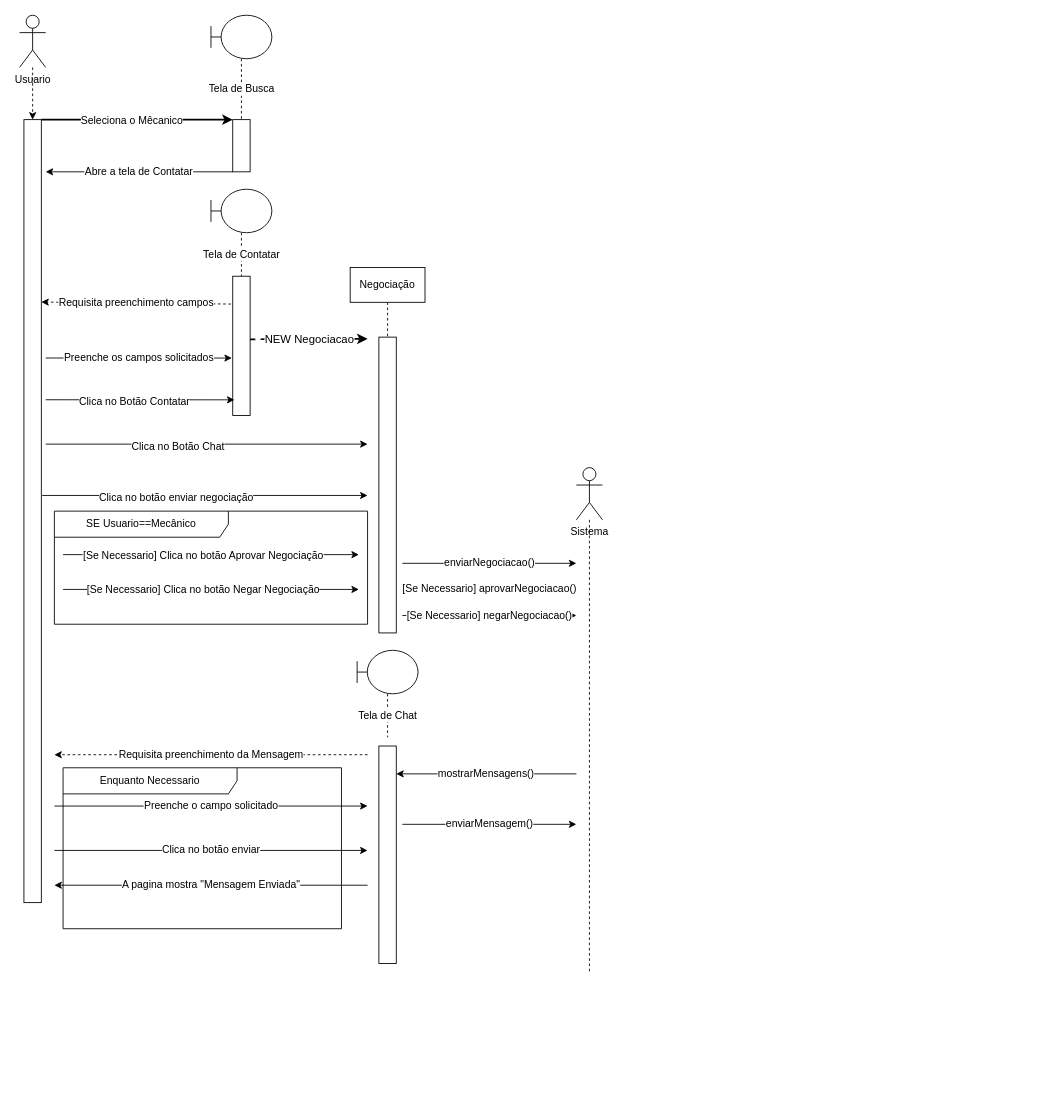
unifgabsantos/Mecanico keeps this draw.io diagram as Sequencia/Draw/Contatar.drawio. Above is the earlier version. Source tidied: cells renumbered, new cells numbered last; positions are measured from the earlier drawing's top-left corner, leaving out a move shared by most shapes. Both pictures are drawn from the tidied source at 87%, with x=0, y=0 at pixel (19, 15).
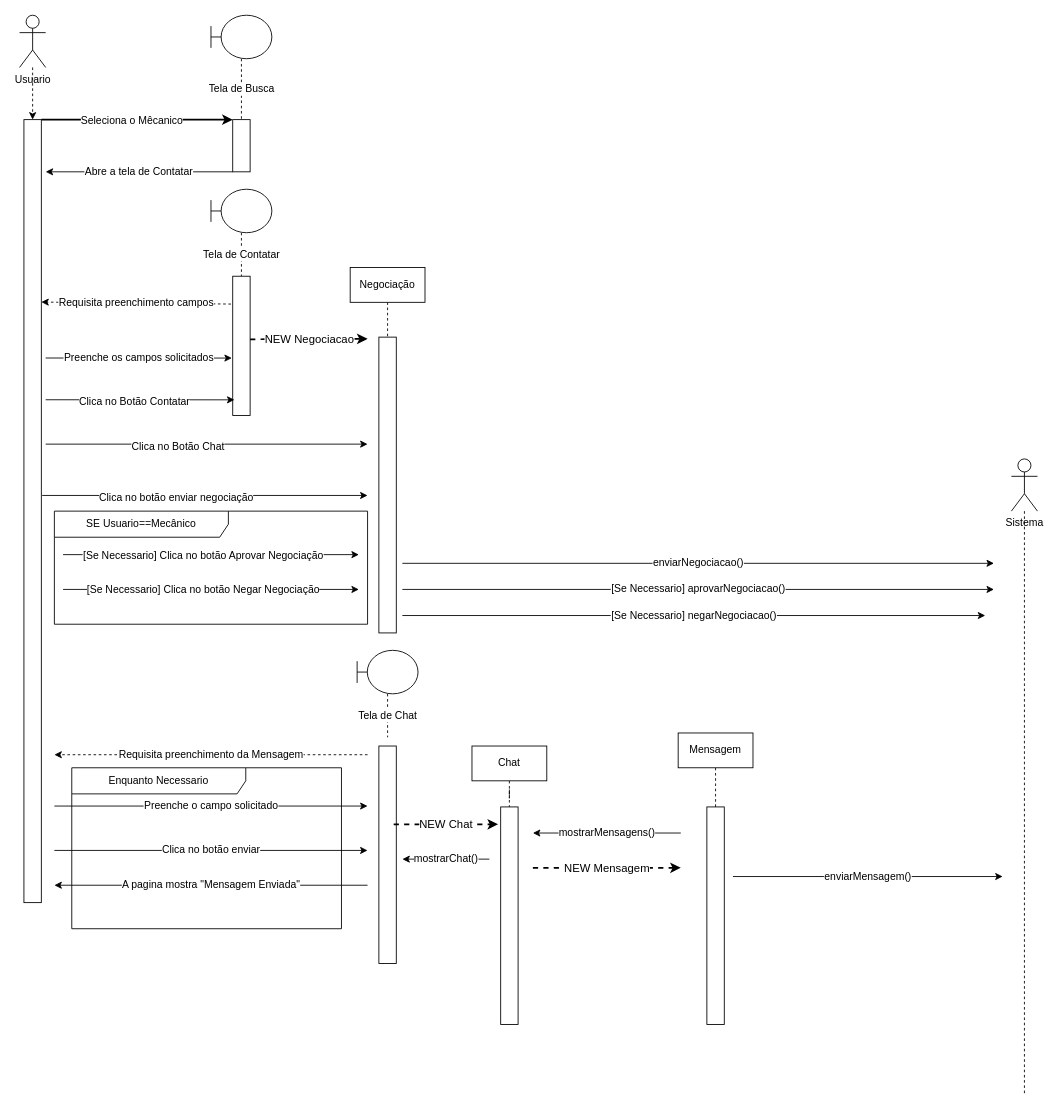
Above is the later version.

Unchanged cells that the change refers to:
```xml
<mxCell id="23" style="rounded=0;whiteSpace=wrap;html=1;" parent="1" vertex="1">
  <mxGeometry x="413" y="840" width="20" height="250" as="geometry" />
</mxCell>
```

Change to the diagram source:
```diff
@@
     <mxCell id="30" value="Enquanto Necessario" style="shape=umlFrame;whiteSpace=wrap;html=1;fontSize=12;width=200;height=30;" parent="1" vertex="1">
-      <mxGeometry x="50" y="865" width="320" height="185" as="geometry" />
+      <mxGeometry x="60" y="865" width="310" height="185" as="geometry" />
     </mxCell>
@@
-    <mxCell id="39" style="edgeStyle=orthogonalEdgeStyle;rounded=0;jettySize=auto;html=1;fontSize=12;endArrow=none;endFill=0;dashed=1;" parent="1" edge="1" source="40">
-      <mxGeometry relative="1" as="geometry">
-        <mxPoint x="655" y="1100" as="targetPoint" />
-        <Array as="points">
-          <mxPoint x="655" y="1090" />
-        </Array>
-      </mxGeometry>
-    </mxCell>
+    <mxCell id="46" style="edgeStyle=orthogonalEdgeStyle;rounded=0;jettySize=auto;html=1;dashed=1;fontSize=12;endArrow=none;endFill=0;" parent="1" edge="1" source="40">
+      <mxGeometry relative="1" as="geometry">
+        <mxPoint x="1155" y="1240" as="targetPoint" />
+      </mxGeometry>
+    </mxCell>
     <mxCell id="40" value="Sistema" style="shape=umlActor;verticalLabelPosition=bottom;verticalAlign=top;html=1;outlineConnect=0;" parent="1" vertex="1">
-      <mxGeometry x="640" y="520" width="30" height="60" as="geometry" />
+      <mxGeometry x="1140" y="510" width="30" height="60" as="geometry" />
     </mxCell>
     <mxCell id="41" value="enviarNegociacao()" style="endArrow=classic;html=1;rounded=0;fontSize=12;" parent="1" edge="1">
       <mxGeometry relative="1" as="geometry">
         <mxPoint x="440" y="630" as="sourcePoint" />
-        <mxPoint x="640" y="630" as="targetPoint" />
+        <mxPoint x="1120" y="630" as="targetPoint" />
       </mxGeometry>
     </mxCell>
+    <mxCell id="44" value="[Se Necessario] aprovarNegociacao()" style="endArrow=classic;html=1;rounded=0;fontSize=12;" parent="1" edge="1">
+      <mxGeometry relative="1" as="geometry">
+        <mxPoint x="440" y="660" as="sourcePoint" />
+        <mxPoint x="1120" y="660" as="targetPoint" />
+      </mxGeometry>
+    </mxCell>
+    <mxCell id="45" value="[Se Necessario] negarNegociacao()" style="endArrow=classic;html=1;rounded=0;fontSize=12;" parent="1" edge="1">
+      <mxGeometry relative="1" as="geometry">
+        <mxPoint x="440" y="690" as="sourcePoint" />
+        <mxPoint x="1110" y="690" as="targetPoint" />
+      </mxGeometry>
+    </mxCell>
+    <mxCell id="47" style="edgeStyle=orthogonalEdgeStyle;rounded=0;jettySize=auto;html=1;dashed=1;fontSize=12;endArrow=none;endFill=0;" parent="1" edge="1" source="48" target="49">
+      <mxGeometry relative="1" as="geometry" />
+    </mxCell>
+    <mxCell id="48" value="Chat" style="rounded=0;whiteSpace=wrap;html=1;fontSize=12;" parent="1" vertex="1">
+      <mxGeometry x="520" y="840" width="86" height="40" as="geometry" />
+    </mxCell>
-    <mxCell id="42" value="mostrarMensagens()" style="endArrow=classic;html=1;rounded=0;fontSize=12;entryX=1;entryY=0.128;entryDx=0;entryDy=0;entryPerimeter=0;" parent="1" edge="1" target="23">
+    <mxCell id="42" value="mostrarMensagens()" style="endArrow=classic;html=1;rounded=0;fontSize=12;" parent="1" edge="1">
       <mxGeometry relative="1" as="geometry">
-        <mxPoint x="640" y="872" as="sourcePoint" />
+        <mxPoint x="760" y="940" as="sourcePoint" />
+        <mxPoint x="590" y="940" as="targetPoint" />
       </mxGeometry>
     </mxCell>
     <mxCell id="43" value="enviarMensagem()" style="endArrow=classic;html=1;rounded=0;fontSize=12;" parent="1" edge="1">
       <mxGeometry relative="1" as="geometry">
-        <mxPoint x="440" y="930" as="sourcePoint" />
-        <mxPoint x="640" y="930" as="targetPoint" />
+        <mxPoint x="820" y="990" as="sourcePoint" />
+        <mxPoint x="1130" y="990" as="targetPoint" />
       </mxGeometry>
     </mxCell>
-    <mxCell id="44" value="[Se Necessario] aprovarNegociacao()" style="endArrow=classic;html=1;rounded=0;fontSize=12;" parent="1" edge="1">
-      <mxGeometry relative="1" as="geometry">
-        <mxPoint x="440" y="660" as="sourcePoint" />
-        <mxPoint x="640" y="660" as="targetPoint" />
-      </mxGeometry>
-    </mxCell>
-    <mxCell id="45" value="[Se Necessario] negarNegociacao()" style="endArrow=classic;html=1;rounded=0;fontSize=12;" parent="1" edge="1">
-      <mxGeometry relative="1" as="geometry">
-        <mxPoint x="440" y="690" as="sourcePoint" />
-        <mxPoint x="640" y="690" as="targetPoint" />
-      </mxGeometry>
-    </mxCell>
+    <mxCell id="49" style="rounded=0;whiteSpace=wrap;html=1;" parent="1" vertex="1">
+      <mxGeometry x="553" y="910" width="20" height="250" as="geometry" />
+    </mxCell>
+    <mxCell id="50" value="NEW Chat" style="endArrow=classic;dashed=1;html=1;strokeWidth=2;rounded=0;fontSize=13;endFill=1;" parent="1" edge="1">
+      <mxGeometry relative="1" as="geometry">
+        <mxPoint x="430" y="930" as="sourcePoint" />
+        <mxPoint x="550" y="930" as="targetPoint" />
+      </mxGeometry>
+    </mxCell>
+    <mxCell id="51" style="rounded=0;whiteSpace=wrap;html=1;" parent="1" vertex="1">
+      <mxGeometry x="790" y="910" width="20" height="250" as="geometry" />
+    </mxCell>
+    <mxCell id="52" style="edgeStyle=orthogonalEdgeStyle;rounded=0;jettySize=auto;html=1;entryX=0.5;entryY=0;entryDx=0;entryDy=0;dashed=1;fontSize=12;endArrow=none;endFill=0;" parent="1" edge="1" source="53" target="51">
+      <mxGeometry relative="1" as="geometry" />
+    </mxCell>
+    <mxCell id="53" value="Mensagem" style="rounded=0;whiteSpace=wrap;html=1;fontSize=12;" parent="1" vertex="1">
+      <mxGeometry x="757" y="825" width="86" height="40" as="geometry" />
+    </mxCell>
+    <mxCell id="54" value="NEW Mensagem" style="endArrow=classic;dashed=1;html=1;strokeWidth=2;rounded=0;fontSize=13;endFill=1;" parent="1" edge="1">
+      <mxGeometry relative="1" as="geometry">
+        <mxPoint x="590" y="980" as="sourcePoint" />
+        <mxPoint x="760" y="980" as="targetPoint" />
+      </mxGeometry>
+    </mxCell>
+    <mxCell id="55" value="mostrarChat()" style="endArrow=classic;html=1;rounded=0;fontSize=12;" parent="1" edge="1">
+      <mxGeometry relative="1" as="geometry">
+        <mxPoint x="540" y="970" as="sourcePoint" />
+        <mxPoint x="440" y="970" as="targetPoint" />
+      </mxGeometry>
+    </mxCell>
```
